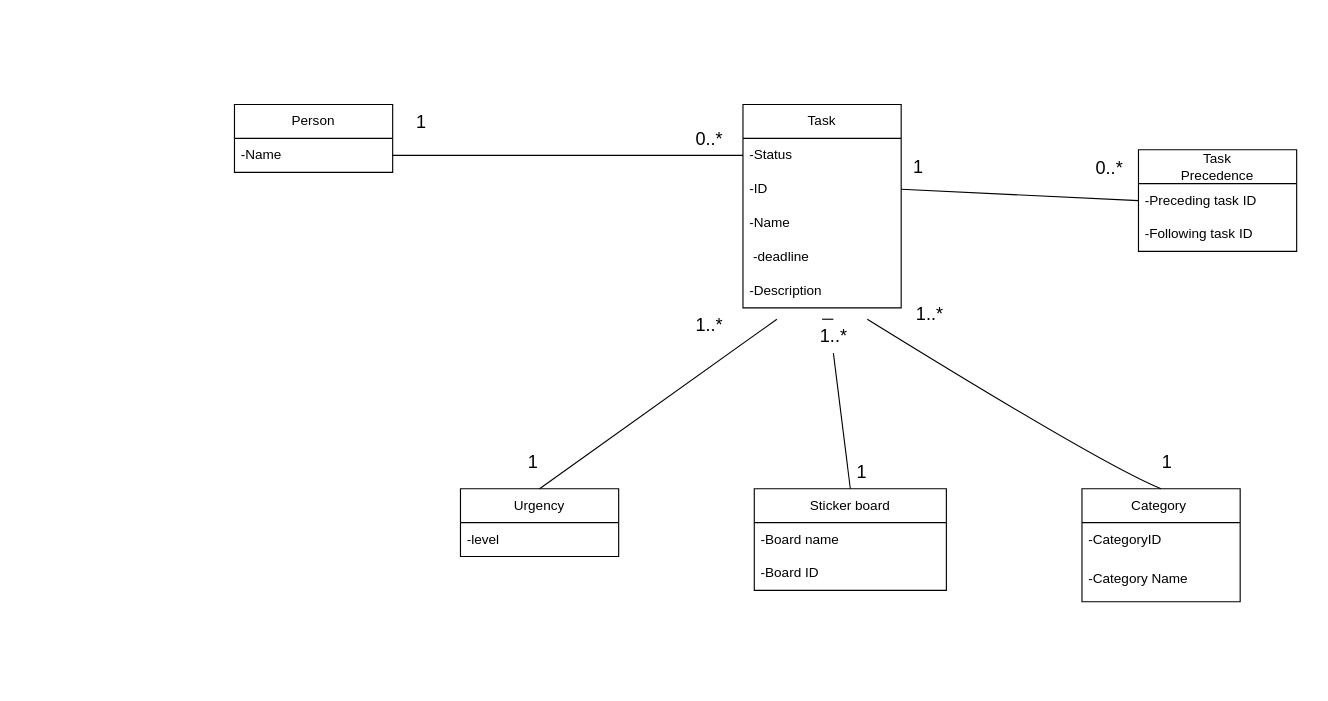
Above: Exercise2_task2.drawio in CHU1PC/data-management (draw.io), before the change. Source tidied: cells renumbered, new cells numbered last; positions are measured from the earlier drawing's top-left corner, leaving out a move shared by most shapes. Both pictures are drawn from the tidied source at 113%, with x=0, y=0 at pixel (234, 104).
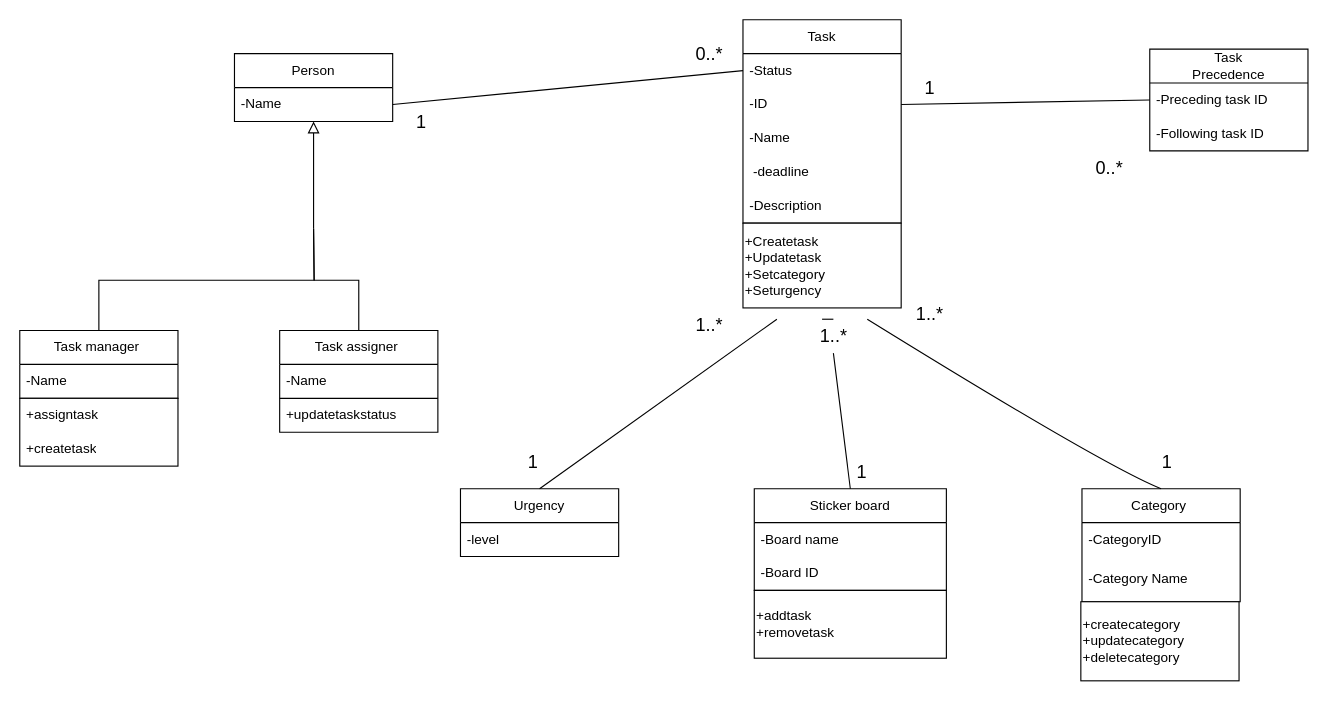
The same page after the edit.

Commit message:
Exercise2_task2.drawio を更新します

What changed in the source:
```diff
@@
     <mxCell id="2" value="Person" style="swimlane;fontStyle=0;horizontal=1;startSize=30;whiteSpace=wrap;html=1;" parent="1" vertex="1">
-      <mxGeometry width="140" height="60" as="geometry" />
+      <mxGeometry y="-45" width="140" height="60" as="geometry" />
     </mxCell>
@@
     <mxCell id="4" value="Task" style="swimlane;fontStyle=0;horizontal=1;startSize=30;whiteSpace=wrap;html=1;" parent="1" vertex="1">
-      <mxGeometry x="450" width="140" height="180" as="geometry" />
+      <mxGeometry x="450" y="-75" width="140" height="180" as="geometry" />
     </mxCell>
@@
     <mxCell id="19" value="0..*" style="text;html=1;align=center;verticalAlign=middle;strokeColor=none;fillColor=none;fontSize=16;" parent="1" vertex="1">
-      <mxGeometry x="395" y="15" width="50" height="30" as="geometry" />
+      <mxGeometry x="395" y="-60" width="50" height="30" as="geometry" />
     </mxCell>
@@
     <mxCell id="23" value="Task&lt;div&gt;Precedence&lt;/div&gt;" style="swimlane;fontStyle=0;horizontal=1;startSize=30;whiteSpace=wrap;html=1;" parent="1" vertex="1">
-      <mxGeometry x="800" y="40" width="140" height="90" as="geometry" />
+      <mxGeometry x="810" y="-49" width="140" height="90" as="geometry" />
     </mxCell>
@@
     <mxCell id="34" value="1" style="text;html=1;align=center;verticalAlign=middle;strokeColor=none;fillColor=none;fontSize=16;" parent="1" vertex="1">
-      <mxGeometry x="590" y="40" width="30" height="30" as="geometry" />
+      <mxGeometry x="600" y="-30" width="30" height="30" as="geometry" />
     </mxCell>
@@
+    <mxCell id="37" value="+createcategory&lt;div&gt;+updatecategory&lt;/div&gt;&lt;div&gt;+deletecategory&lt;/div&gt;" style="rounded=0;whiteSpace=wrap;html=1;align=left;" parent="1" vertex="1">
+      <mxGeometry x="749" y="440" width="140" height="70" as="geometry" />
+    </mxCell>
+    <mxCell id="38" value="+Createtask&lt;div&gt;+Updatetask&lt;/div&gt;&lt;div&gt;+Setcategory&lt;/div&gt;&lt;div&gt;+Seturgency&amp;nbsp;&lt;/div&gt;" style="rounded=0;whiteSpace=wrap;html=1;align=left;" parent="1" vertex="1">
+      <mxGeometry x="450" y="105" width="140" height="75" as="geometry" />
+    </mxCell>
+    <mxCell id="39" value="+addtask&lt;div&gt;+removetask&lt;/div&gt;" style="rounded=0;whiteSpace=wrap;html=1;align=left;" parent="1" vertex="1">
+      <mxGeometry x="460" y="430" width="170" height="60" as="geometry" />
+    </mxCell>
+    <mxCell id="40" value="Task manager&amp;nbsp;" style="swimlane;fontStyle=0;horizontal=1;startSize=30;whiteSpace=wrap;html=1;" parent="1" vertex="1">
+      <mxGeometry x="-190" y="200" width="140" height="60" as="geometry" />
+    </mxCell>
+    <mxCell id="41" value="-Name" style="text;strokeColor=none;fillColor=none;align=left;verticalAlign=middle;spacingLeft=4;spacingRight=4;overflow=hidden;whiteSpace=wrap;html=1;" parent="40" vertex="1">
+      <mxGeometry y="30" width="140" height="30" as="geometry" />
+    </mxCell>
+    <mxCell id="42" style="endArrow=none;html=1;rounded=0;fontSize=12;startSize=8;endSize=8;exitX=0.5;exitY=0;exitDx=0;exitDy=0;edgeStyle=orthogonalEdgeStyle;" parent="1" edge="1" source="40">
+      <mxGeometry relative="1" as="geometry">
+        <mxPoint x="70" y="110" as="targetPoint" />
+      </mxGeometry>
+    </mxCell>
+    <mxCell id="43" value="Task assigner&amp;nbsp;" style="swimlane;fontStyle=0;horizontal=1;startSize=30;whiteSpace=wrap;html=1;" parent="1" vertex="1">
+      <mxGeometry x="40" y="200" width="140" height="90" as="geometry" />
+    </mxCell>
+    <mxCell id="44" value="-Name" style="text;strokeColor=none;fillColor=none;align=left;verticalAlign=middle;spacingLeft=4;spacingRight=4;overflow=hidden;points=[[0,0.5],[1,0.5]];portConstraint=eastwest;whiteSpace=wrap;html=1;" parent="43" vertex="1">
+      <mxGeometry y="30" width="140" height="30" as="geometry" />
+    </mxCell>
+    <mxCell id="45" value="+updatetaskstatus" style="text;strokeColor=none;fillColor=none;align=left;verticalAlign=middle;spacingLeft=4;spacingRight=4;overflow=hidden;points=[[0,0.5],[1,0.5]];portConstraint=eastwest;whiteSpace=wrap;html=1;" parent="43" vertex="1">
+      <mxGeometry y="60" width="140" height="30" as="geometry" />
+    </mxCell>
+    <mxCell id="46" style="endArrow=none;html=1;rounded=0;fontSize=12;startSize=8;endSize=8;curved=1;exitX=0;exitY=1;exitDx=0;exitDy=0;exitPerimeter=0;entryX=1;entryY=0;entryDx=0;entryDy=0;entryPerimeter=0;" parent="43" edge="1" source="44" target="45">
+      <mxGeometry relative="1" as="geometry" />
+    </mxCell>
+    <mxCell id="47" style="endArrow=none;html=1;rounded=0;fontSize=12;startSize=8;endSize=8;exitX=0.5;exitY=0;exitDx=0;exitDy=0;edgeStyle=orthogonalEdgeStyle;" parent="1" edge="1" source="43">
+      <mxGeometry relative="1" as="geometry">
+        <mxPoint x="70" y="110" as="targetPoint" />
+      </mxGeometry>
+    </mxCell>
+    <mxCell id="48" style="endArrow=block;html=1;rounded=0;fontSize=12;startSize=8;endSize=8;curved=1;endFill=0;" parent="1" edge="1">
+      <mxGeometry relative="1" as="geometry">
+        <mxPoint x="70" y="110" as="sourcePoint" />
+        <mxPoint x="70" y="15" as="targetPoint" />
+      </mxGeometry>
+    </mxCell>
+    <mxCell id="49" style="rounded=0;whiteSpace=wrap;html=1;" parent="1" vertex="1">
+      <mxGeometry x="-190" y="260" width="140" height="60" as="geometry" />
+    </mxCell>
+    <mxCell id="50" value="+createtask" style="text;strokeColor=none;fillColor=none;align=left;verticalAlign=middle;spacingLeft=4;spacingRight=4;overflow=hidden;whiteSpace=wrap;html=1;" parent="1" vertex="1">
+      <mxGeometry x="-190" y="290" width="140" height="30" as="geometry" />
+    </mxCell>
+    <mxCell id="51" value="+assigntask" style="text;strokeColor=none;fillColor=none;align=left;verticalAlign=middle;spacingLeft=4;spacingRight=4;overflow=hidden;whiteSpace=wrap;html=1;" parent="1" vertex="1">
+      <mxGeometry x="-190" y="260" width="140" height="30" as="geometry" />
+    </mxCell>
```
